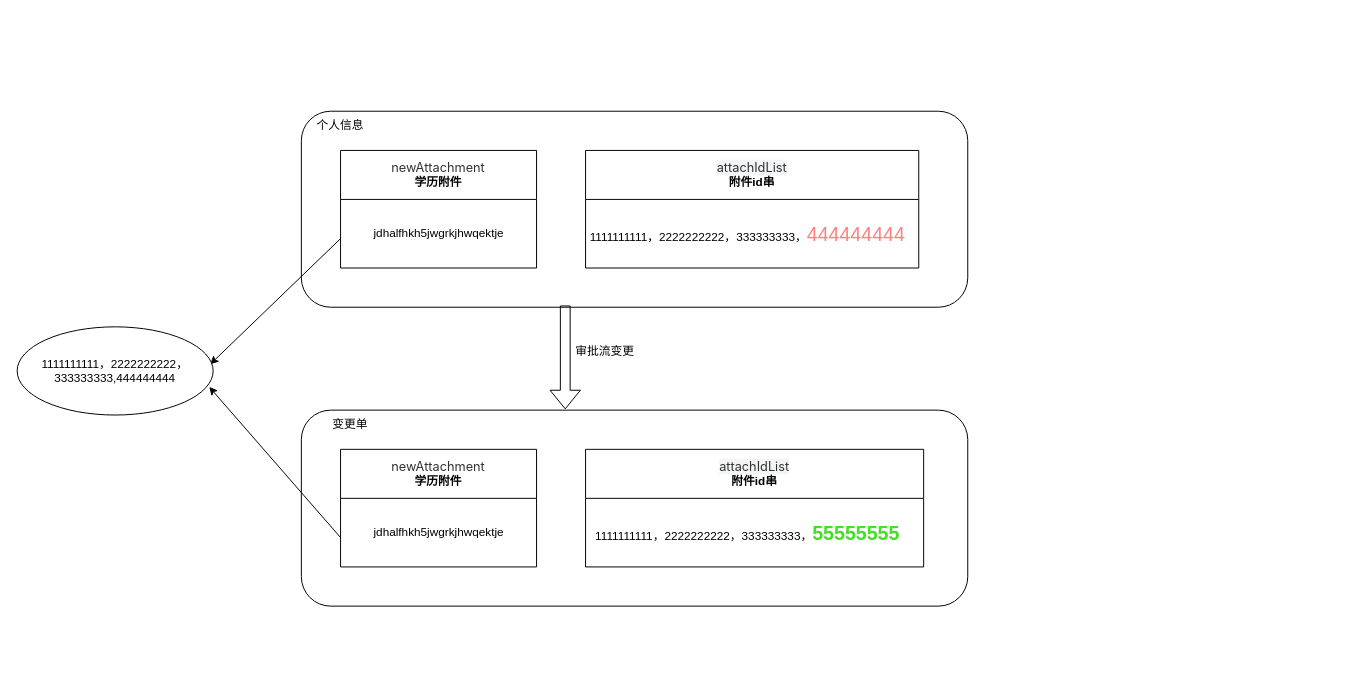
This is 个人信息附件对比.drawio from Super-YYQ/drawIo, a draw.io file, before an edit. Source tidied: cells renumbered, new cells numbered last; positions are measured from the earlier drawing's top-left corner, leaving out a move shared by most shapes. Both pictures are drawn from the tidied source at 98%, with x=0, y=0 at pixel (17, 111).
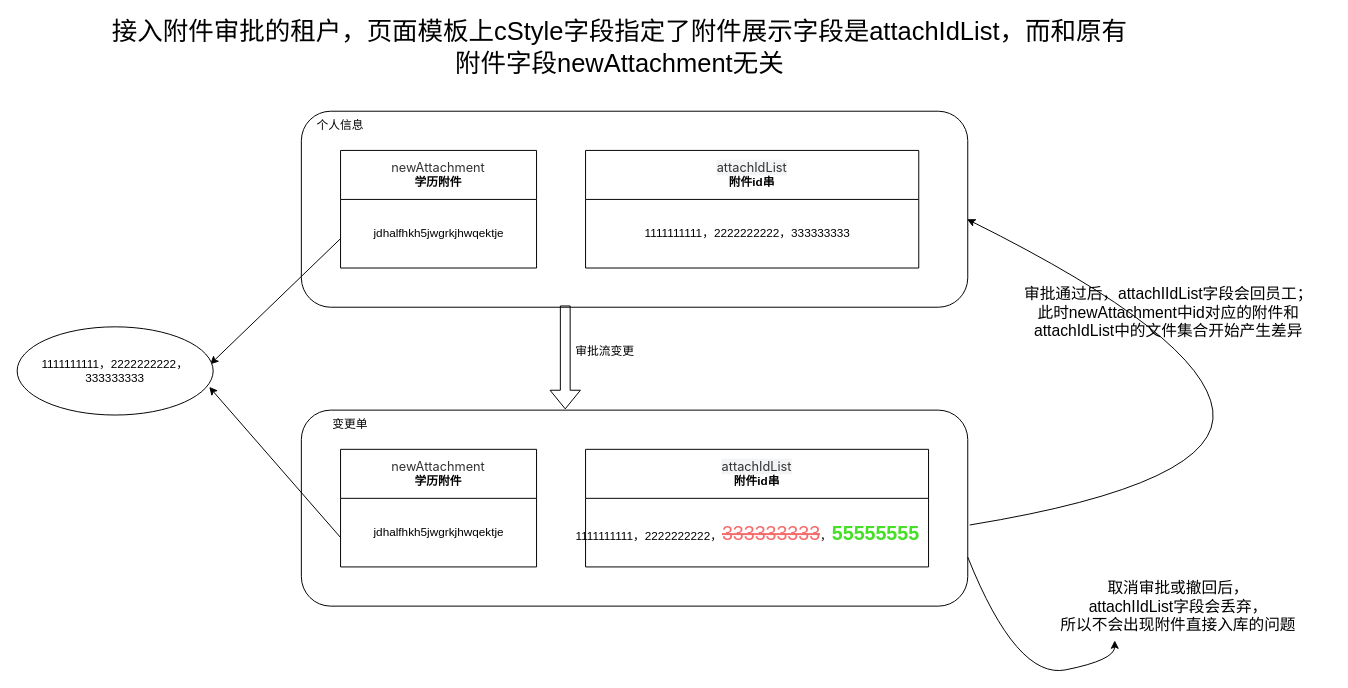
Above is the later version.

Commit message (it also covers changes not shown here):
更新个人信息附件对比.drawio

Unchanged cells that the change refers to:
```xml
<mxCell id="2" style="rounded=1;whiteSpace=wrap;html=1;" parent="1" vertex="1">
  <mxGeometry x="290" y="305" width="680" height="200" as="geometry" />
</mxCell>
<mxCell id="3" style="rounded=1;whiteSpace=wrap;html=1;" parent="1" vertex="1">
  <mxGeometry x="290" width="680" height="200" as="geometry" />
</mxCell>
<mxCell id="4" value="&lt;span style=&quot;color: rgb(51, 51, 51); font-family: -apple-system, BlinkMacSystemFont, &amp;quot;Segoe UI&amp;quot;, Roboto, Ubuntu, &amp;quot;Helvetica Neue&amp;quot;, Arial, &amp;quot;PingFang SC&amp;quot;, &amp;quot;Hiragino Sans GB&amp;quot;, &amp;quot;Microsoft YaHei UI&amp;quot;, &amp;quot;Microsoft JhengHei&amp;quot;, &amp;quot;Source Han Sans CN&amp;quot;, sans-serif; font-size: 13px; font-weight: 400; text-align: left; text-wrap: nowrap; background-color: rgb(243, 244, 246);&quot;&gt;attachIdList&lt;/span&gt;&lt;span style=&quot;text-align: left; background-color: rgb(255, 255, 255); text-wrap: nowrap; font-weight: 400; font-size: 13px; font-family: -apple-system, BlinkMacSystemFont, &amp;quot;Segoe UI&amp;quot;, Roboto, Ubuntu, &amp;quot;Helvetica Neue&amp;quot;, Arial, &amp;quot;PingFang SC&amp;quot;, &amp;quot;Hiragino Sans GB&amp;quot;, &amp;quot;Microsoft YaHei UI&amp;quot;, &amp;quot;Microsoft JhengHei&amp;quot;, &amp;quot;Source Han Sans CN&amp;quot;, sans-serif; color: rgb(51, 51, 51);&quot;&gt;&lt;br&gt;&lt;/span&gt;附件id串&lt;span style=&quot;text-align: left; background-color: rgb(243, 244, 246);&quot;&gt;&lt;br&gt;&lt;/span&gt;" style="swimlane;whiteSpace=wrap;html=1;startSize=50;" parent="1" vertex="1">
  <mxGeometry x="580" y="40" width="340" height="120" as="geometry" />
</mxCell>
```

What changed in the source:
```diff
@@
-    <mxCell id="5" value="1111111111，2222222222，333333333，&lt;font color=&quot;#ff8080&quot; style=&quot;font-size: 20px;&quot;&gt;444444444&lt;/font&gt;" style="text;html=1;align=center;verticalAlign=middle;strokeColor=none;fillColor=none;" parent="4" vertex="1">
-      <mxGeometry x="-10" y="65" width="350" height="40" as="geometry" />
+    <mxCell id="5" value="1111111111，2222222222，333333333" style="text;html=1;align=center;verticalAlign=middle;strokeColor=none;fillColor=none;" parent="4" vertex="1">
+      <mxGeometry x="50" y="70" width="230" height="30" as="geometry" />
     </mxCell>
@@
-    <mxCell id="9" value="&lt;span style=&quot;text-wrap: nowrap;&quot;&gt;1111111111，2222222222，&lt;/span&gt;&lt;div&gt;&lt;span style=&quot;text-wrap: nowrap;&quot;&gt;333333333,444444444&lt;/span&gt;&lt;/div&gt;" style="ellipse;whiteSpace=wrap;html=1;" parent="1" vertex="1">
+    <mxCell id="9" value="&lt;span style=&quot;text-wrap: nowrap;&quot;&gt;1111111111，2222222222，&lt;/span&gt;&lt;div&gt;&lt;span style=&quot;text-wrap: nowrap;&quot;&gt;333333333&lt;/span&gt;&lt;/div&gt;" style="ellipse;whiteSpace=wrap;html=1;" parent="1" vertex="1">
       <mxGeometry y="220" width="200" height="90" as="geometry" />
     </mxCell>
     <mxCell id="10" value="&lt;span style=&quot;color: rgb(51, 51, 51); font-family: -apple-system, BlinkMacSystemFont, &amp;quot;Segoe UI&amp;quot;, Roboto, Ubuntu, &amp;quot;Helvetica Neue&amp;quot;, Arial, &amp;quot;PingFang SC&amp;quot;, &amp;quot;Hiragino Sans GB&amp;quot;, &amp;quot;Microsoft YaHei UI&amp;quot;, &amp;quot;Microsoft JhengHei&amp;quot;, &amp;quot;Source Han Sans CN&amp;quot;, sans-serif; font-size: 13px; font-weight: 400; text-align: left; text-wrap: nowrap; background-color: rgb(243, 244, 246);&quot;&gt;attachIdList&lt;/span&gt;&lt;span style=&quot;text-align: left; background-color: rgb(255, 255, 255); text-wrap: nowrap; font-weight: 400; font-size: 13px; font-family: -apple-system, BlinkMacSystemFont, &amp;quot;Segoe UI&amp;quot;, Roboto, Ubuntu, &amp;quot;Helvetica Neue&amp;quot;, Arial, &amp;quot;PingFang SC&amp;quot;, &amp;quot;Hiragino Sans GB&amp;quot;, &amp;quot;Microsoft YaHei UI&amp;quot;, &amp;quot;Microsoft JhengHei&amp;quot;, &amp;quot;Source Han Sans CN&amp;quot;, sans-serif; color: rgb(51, 51, 51);&quot;&gt;&lt;br&gt;&lt;/span&gt;附件id串&lt;span style=&quot;text-align: left; background-color: rgb(243, 244, 246);&quot;&gt;&lt;br&gt;&lt;/span&gt;" style="swimlane;whiteSpace=wrap;html=1;startSize=50;" parent="1" vertex="1">
-      <mxGeometry x="580" y="345" width="345" height="120" as="geometry" />
+      <mxGeometry x="580" y="345" width="350" height="120" as="geometry" />
     </mxCell>
-    <mxCell id="11" value="1111111111，2222222222，333333333，&lt;b&gt;&lt;font color=&quot;#44df26&quot; style=&quot;font-size: 20px;&quot;&gt;55555555&lt;/font&gt;&lt;/b&gt;" style="text;html=1;align=center;verticalAlign=middle;strokeColor=none;fillColor=none;" parent="10" vertex="1">
-      <mxGeometry y="65" width="330" height="40" as="geometry" />
+    <mxCell id="11" value="1111111111，2222222222，&lt;font color=&quot;#f66a6a&quot; style=&quot;font-size: 20px;&quot;&gt;&lt;strike&gt;333333333&lt;/strike&gt;&lt;/font&gt;，&lt;b&gt;&lt;font color=&quot;#44df26&quot; style=&quot;font-size: 20px;&quot;&gt;55555555&lt;/font&gt;&lt;/b&gt;" style="text;html=1;align=center;verticalAlign=middle;strokeColor=none;fillColor=none;" parent="10" vertex="1">
+      <mxGeometry x="-20" y="65" width="370" height="40" as="geometry" />
     </mxCell>
@@
+    <mxCell id="19" value="接入附件审批的租户，页面模板上cStyle字段指定了附件展示字段是attachIdList，而和原有附件字段newAttachment无关" style="text;html=1;align=center;verticalAlign=middle;whiteSpace=wrap;rounded=0;fontSize=26;" parent="1" vertex="1">
+      <mxGeometry x="90" y="-80" width="1050" height="30" as="geometry" />
+    </mxCell>
+    <mxCell id="20" style="curved=1;endArrow=classic;html=1;rounded=0;exitX=1.003;exitY=0.586;exitDx=0;exitDy=0;exitPerimeter=0;entryX=0.999;entryY=0.551;entryDx=0;entryDy=0;entryPerimeter=0;" parent="1" edge="1" source="2" target="3">
+      <mxGeometry relative="1" as="geometry">
+        <Array as="points">
+          <mxPoint x="1230" y="380" />
+          <mxPoint x="1210" y="230" />
+        </Array>
+      </mxGeometry>
+    </mxCell>
+    <mxCell id="21" value="审批通过后，attachIIdList字段会回员工；&lt;br&gt;此时newAttachment中id对应的附件和attachIdList中的文件集合开始产生差异" style="text;html=1;align=center;verticalAlign=middle;whiteSpace=wrap;rounded=0;fontSize=16;" parent="1" vertex="1">
+      <mxGeometry x="1020" y="190" width="310" height="30" as="geometry" />
+    </mxCell>
+    <mxCell id="22" style="curved=1;endArrow=classic;html=1;rounded=0;exitX=1;exitY=0.75;exitDx=0;exitDy=0;" parent="1" edge="1" source="2">
+      <mxGeometry relative="1" as="geometry">
+        <mxPoint x="1120" y="540" as="targetPoint" />
+        <Array as="points">
+          <mxPoint x="1020" y="580" />
+          <mxPoint x="1120" y="560" />
+        </Array>
+      </mxGeometry>
+    </mxCell>
+    <mxCell id="23" value="取消审批或撤回后，&lt;br&gt;attachIIdList字段会丢弃，&lt;br&gt;所以不会出现附件直接入库的问题" style="text;html=1;align=center;verticalAlign=middle;whiteSpace=wrap;rounded=0;fontSize=16;" parent="1" vertex="1">
+      <mxGeometry x="1030" y="490" width="310" height="30" as="geometry" />
+    </mxCell>
```
